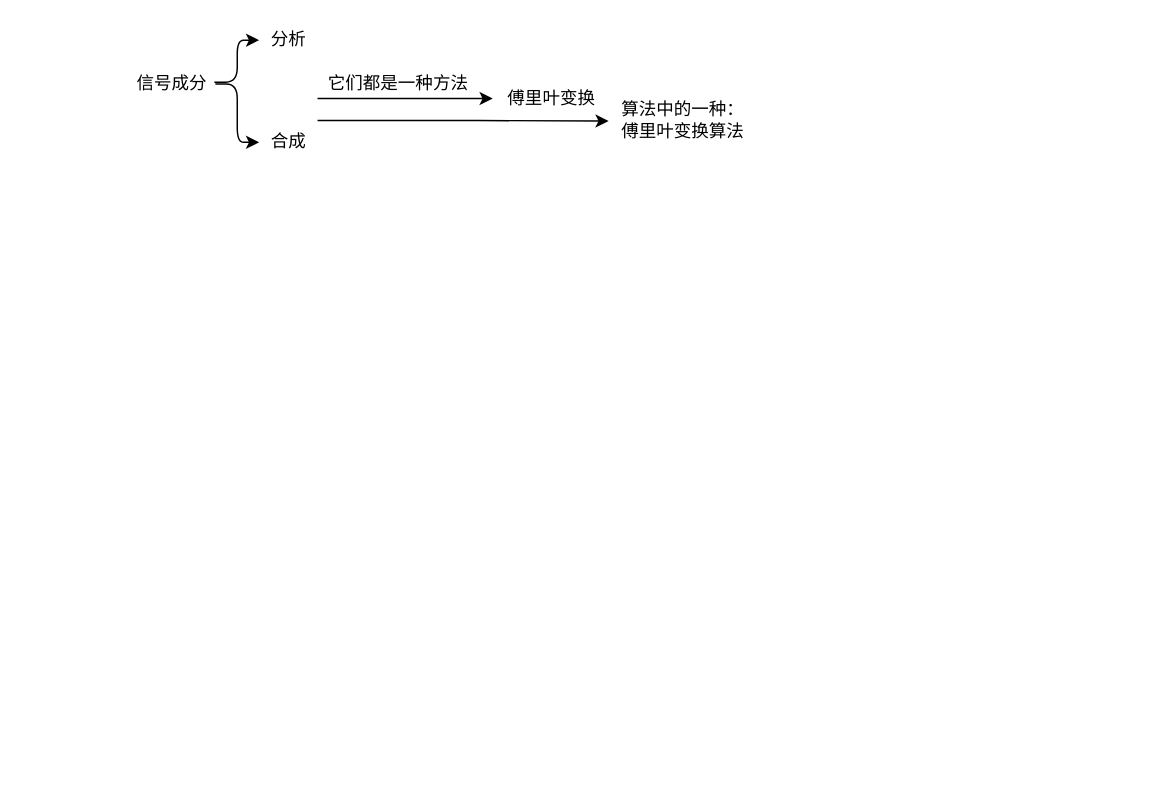
This is fourier transform.drawio from UTOUUCENTER-CD/Adv-Mathematics, a draw.io file, before an edit. Source tidied: cells renumbered, new cells numbered last; positions are measured from the earlier drawing's top-left corner, leaving out a move shared by most shapes. Both pictures are drawn from the tidied source at 146%, with x=0, y=0 at pixel (127, 25).
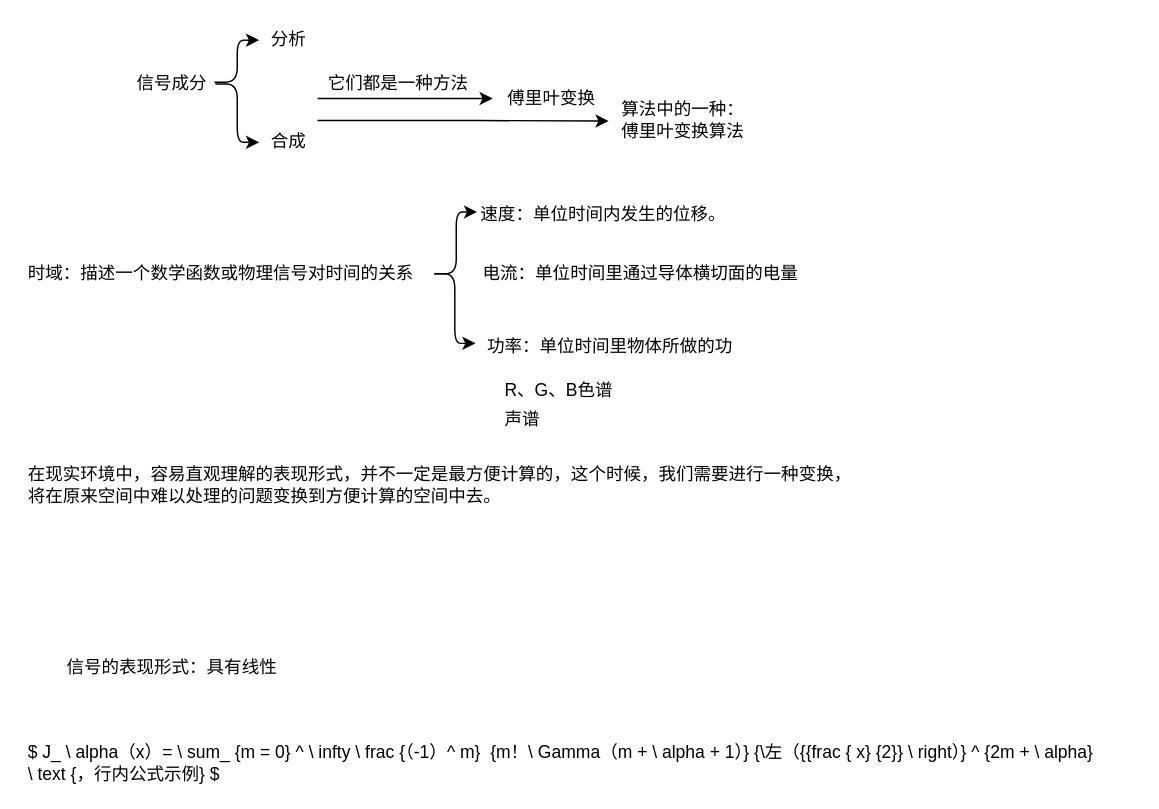
The same diagram, later.

Change to the diagram source:
```diff
@@
+    <mxCell id="12" value="信号的表现形式：具有线性" style="text;html=1;align=center;verticalAlign=middle;strokeColor=none;" parent="1" vertex="1">
+      <mxGeometry x="-50" y="430" width="160" height="20" as="geometry" />
+    </mxCell>
+    <mxCell id="13" value="时域：描述一个数学函数或物理信号对时间的关系" style="text;html=1;align=left;verticalAlign=middle;points=[];strokeColor=none;" parent="1" vertex="1">
+      <mxGeometry x="-70" y="160" width="280" height="20" as="geometry" />
+    </mxCell>
+    <mxCell id="14" value="速度：单位时间内发生的位移。" style="text;html=1;align=left;verticalAlign=middle;points=[];strokeColor=none;" parent="1" vertex="1">
+      <mxGeometry x="240" y="120" width="180" height="20" as="geometry" />
+    </mxCell>
+    <mxCell id="15" value="电流：单位时间里通过导体横切面的电量" style="text;html=1;align=center;verticalAlign=middle;strokeColor=none;" parent="1" vertex="1">
+      <mxGeometry x="236" y="160" width="230" height="20" as="geometry" />
+    </mxCell>
+    <mxCell id="16" value="功率：单位时间里物体所做的功" style="text;html=1;align=center;verticalAlign=middle;points=[];strokeColor=none;" parent="1" vertex="1">
+      <mxGeometry x="240" y="210" width="180" height="20" as="geometry" />
+    </mxCell>
+    <mxCell id="17" style="edgeStyle=elbowEdgeStyle;elbow=horizontal;endArrow=classic;html=1;entryX=-0.004;entryY=0.384;entryDx=0;entryDy=0;entryPerimeter=0;" parent="1" edge="1" source="13" target="14">
+      <mxGeometry relative="1" as="geometry" />
+    </mxCell>
+    <mxCell id="18" style="edgeStyle=elbowEdgeStyle;elbow=horizontal;endArrow=classic;html=1;entryX=-0.01;entryY=0.384;entryDx=0;entryDy=0;entryPerimeter=0;" parent="1" edge="1" source="13" target="16">
+      <mxGeometry relative="1" as="geometry" />
+    </mxCell>
+    <mxCell id="19" value="在现实环境中，容易直观理解的表现形式，并不一定是最方便计算的，这个时候，我们需要进行一种变换，&lt;br&gt;将在原来空间中难以处理的问题变换到方便计算的空间中去。" style="text;html=1;align=left;verticalAlign=middle;strokeColor=none;" parent="1" vertex="1">
+      <mxGeometry x="-70" y="300" width="580" height="30" as="geometry" />
+    </mxCell>
+    <mxCell id="20" value="R、G、B色谱" style="text;html=1;align=center;verticalAlign=middle;strokeColor=none;" parent="1" vertex="1">
+      <mxGeometry x="250" y="240" width="90" height="20" as="geometry" />
+    </mxCell>
+    <mxCell id="21" value="声谱" style="text;html=1;align=center;verticalAlign=middle;strokeColor=none;" parent="1" vertex="1">
+      <mxGeometry x="250" y="260" width="40" height="20" as="geometry" />
+    </mxCell>
+    <mxCell id="22" value="$ J_ \ alpha（x）= \ sum_ {m = 0} ^ \ infty \ frac {（-1）^ m} &amp;nbsp;{m！\ Gamma（m + \ alpha + 1）} {\左（{{frac { x} {2}} \ right）} ^ {2m + \ alpha} &lt;br&gt;\ text {，行内公式示例} $&lt;br&gt;" style="text;html=1;align=left;verticalAlign=middle;strokeColor=none;" parent="1" vertex="1">
+      <mxGeometry x="-70" y="490" width="760" height="30" as="geometry" />
+    </mxCell>
```
